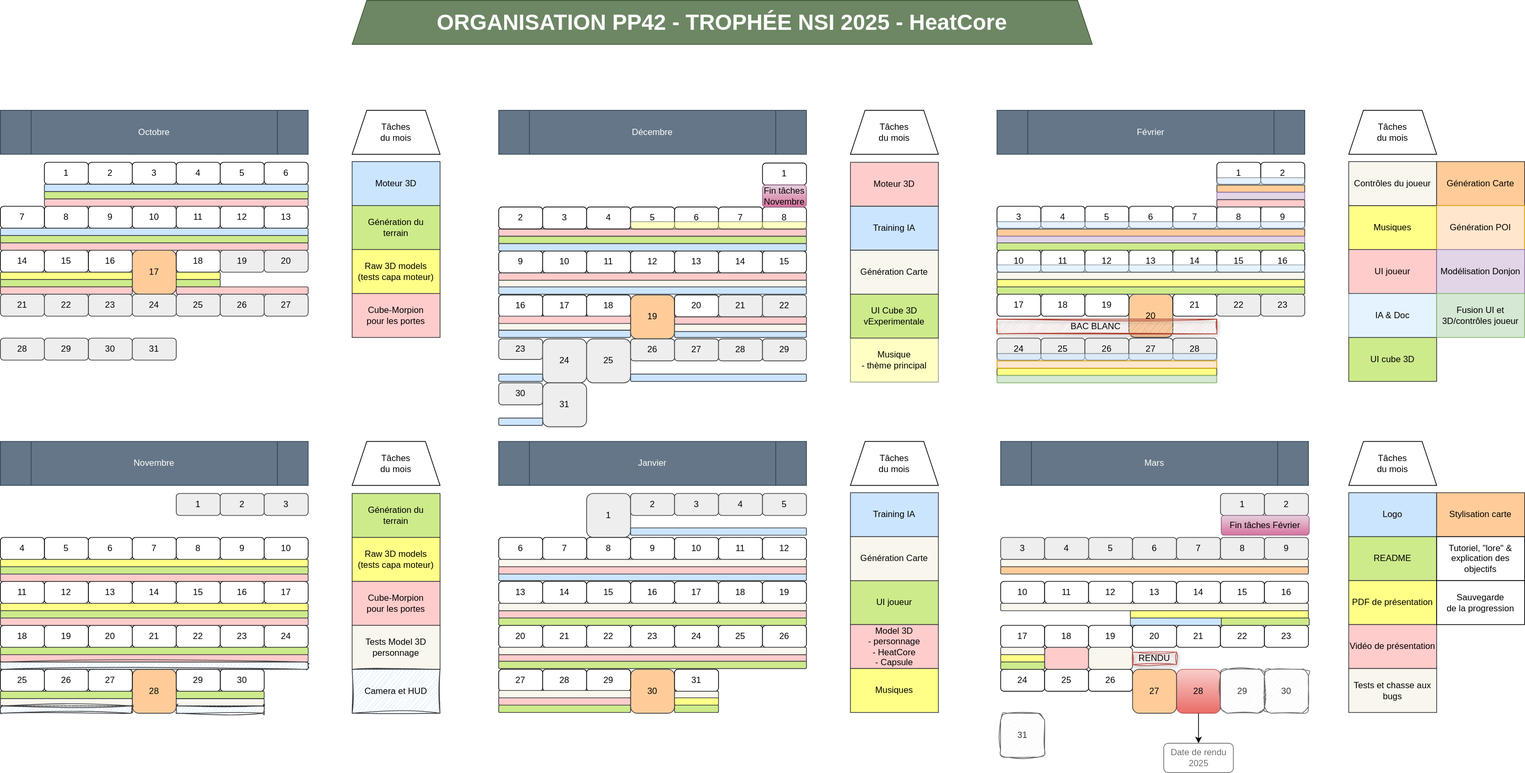
Earlier version of the draw.io export EDT_HeatCore.drawio.svg (Scrollwarden/heatcore-project). Source tidied: cells renumbered, new cells last; positions are measured from the earlier drawing's top-left corner, leaving out a move shared by most shapes.
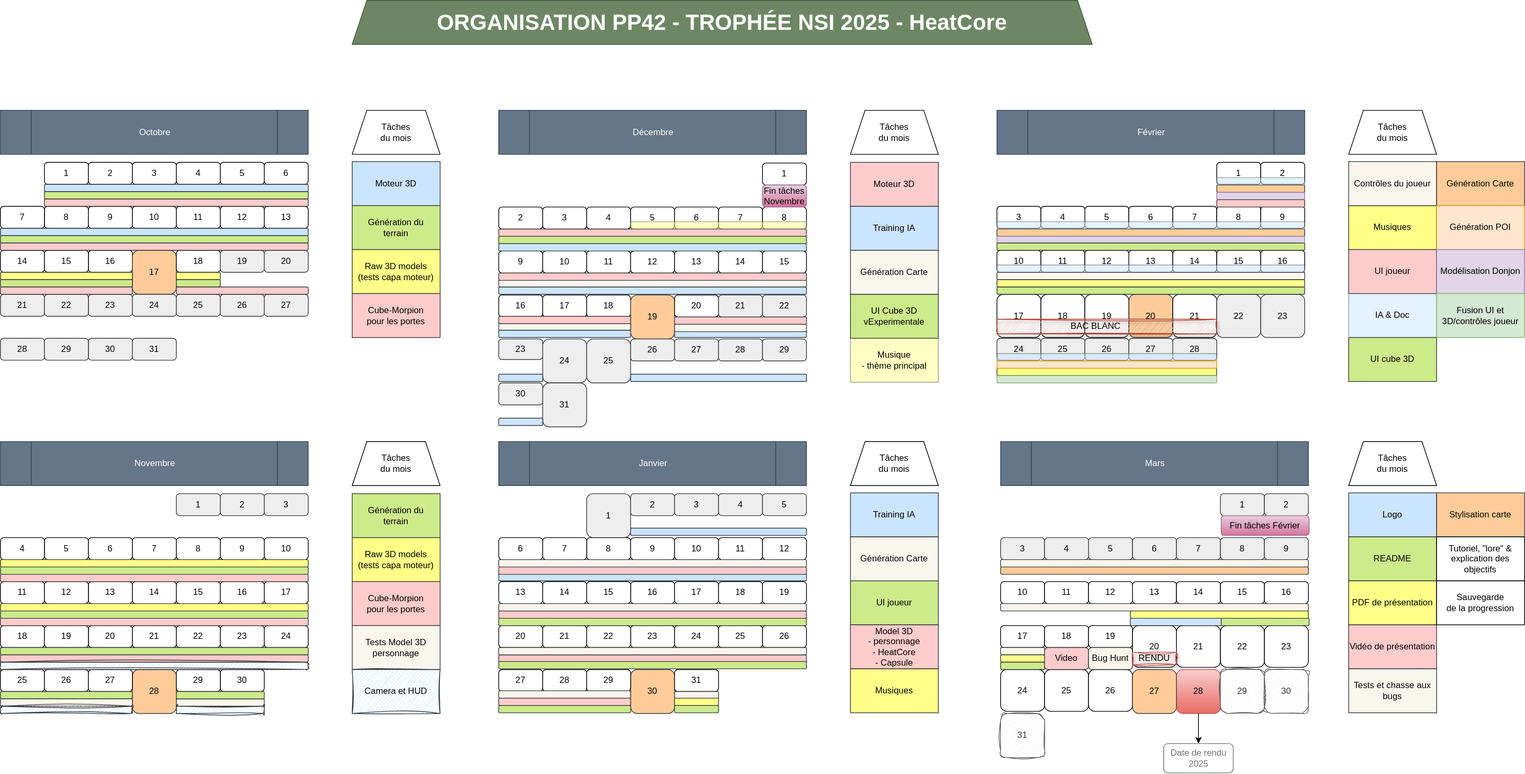
Later version of the same file.

Commit message:
Small tweaks to EDT

Change to the diagram source:
```diff
@@ -435,7 +435,7 @@
       <mxGeometry x="1720" y="341" width="60" height="30" as="geometry" />
     </mxCell>
     <mxCell id="146" value="17" style="rounded=1;whiteSpace=wrap;html=1;" parent="1" vertex="1">
-      <mxGeometry x="1360" y="401" width="60" height="30" as="geometry" />
+      <mxGeometry x="1360" y="401" width="60" height="59" as="geometry" />
     </mxCell>
     <mxCell id="147" value="11" style="rounded=1;whiteSpace=wrap;html=1;" parent="1" vertex="1">
       <mxGeometry x="1420" y="341" width="60" height="30" as="geometry" />
@@ -447,22 +447,22 @@
       <mxGeometry x="1540" y="401" width="60" height="59" as="geometry" />
     </mxCell>
     <mxCell id="150" value="21" style="rounded=1;whiteSpace=wrap;html=1;" parent="1" vertex="1">
-      <mxGeometry x="1600" y="401" width="60" height="30" as="geometry" />
+      <mxGeometry x="1600" y="401" width="60" height="59" as="geometry" />
     </mxCell>
     <mxCell id="151" value="22" style="rounded=1;whiteSpace=wrap;html=1;fillColor=#eeeeee;strokeColor=#36393d;" parent="1" vertex="1">
-      <mxGeometry x="1660" y="401" width="60" height="30" as="geometry" />
+      <mxGeometry x="1660" y="401" width="60" height="59" as="geometry" />
     </mxCell>
     <mxCell id="152" value="23" style="rounded=1;whiteSpace=wrap;html=1;fillColor=#eeeeee;strokeColor=#36393d;" parent="1" vertex="1">
-      <mxGeometry x="1720" y="401" width="60" height="30" as="geometry" />
+      <mxGeometry x="1720" y="401" width="60" height="59" as="geometry" />
     </mxCell>
     <mxCell id="153" value="24" style="rounded=1;whiteSpace=wrap;html=1;fillColor=#eeeeee;strokeColor=#36393d;" parent="1" vertex="1">
       <mxGeometry x="1360" y="461" width="60" height="30" as="geometry" />
     </mxCell>
     <mxCell id="154" value="18" style="rounded=1;whiteSpace=wrap;html=1;" parent="1" vertex="1">
-      <mxGeometry x="1420" y="401" width="60" height="30" as="geometry" />
+      <mxGeometry x="1420" y="401" width="60" height="59" as="geometry" />
     </mxCell>
     <mxCell id="155" value="19" style="rounded=1;whiteSpace=wrap;html=1;" parent="1" vertex="1">
-      <mxGeometry x="1480" y="401" width="60" height="30" as="geometry" />
+      <mxGeometry x="1480" y="401" width="60" height="59" as="geometry" />
     </mxCell>
     <mxCell id="156" value="25" style="rounded=1;whiteSpace=wrap;html=1;fillColor=#eeeeee;strokeColor=#36393d;" parent="1" vertex="1">
       <mxGeometry x="1420" y="461" width="60" height="30" as="geometry" />
@@ -531,16 +531,16 @@
       <mxGeometry x="1485" y="793" width="60" height="30" as="geometry" />
     </mxCell>
     <mxCell id="178" value="21" style="rounded=1;whiteSpace=wrap;html=1;" parent="1" vertex="1">
-      <mxGeometry x="1605" y="853" width="60" height="30" as="geometry" />
+      <mxGeometry x="1605" y="853" width="60" height="57" as="geometry" />
     </mxCell>
     <mxCell id="179" value="22" style="rounded=1;whiteSpace=wrap;html=1;" parent="1" vertex="1">
-      <mxGeometry x="1665" y="853" width="60" height="30" as="geometry" />
+      <mxGeometry x="1665" y="853" width="60" height="57" as="geometry" />
     </mxCell>
     <mxCell id="180" value="23" style="rounded=1;whiteSpace=wrap;html=1;" parent="1" vertex="1">
-      <mxGeometry x="1725" y="853" width="60" height="30" as="geometry" />
+      <mxGeometry x="1725" y="853" width="60" height="57" as="geometry" />
     </mxCell>
     <mxCell id="181" value="24" style="rounded=1;whiteSpace=wrap;html=1;" parent="1" vertex="1">
-      <mxGeometry x="1365" y="913" width="60" height="30" as="geometry" />
+      <mxGeometry x="1365" y="913" width="60" height="57" as="geometry" />
     </mxCell>
     <mxCell id="182" value="18" style="rounded=1;whiteSpace=wrap;html=1;" parent="1" vertex="1">
       <mxGeometry x="1425" y="853" width="60" height="30" as="geometry" />
@@ -549,10 +549,10 @@
       <mxGeometry x="1485" y="853" width="60" height="30" as="geometry" />
     </mxCell>
     <mxCell id="184" value="25" style="rounded=1;whiteSpace=wrap;html=1;" parent="1" vertex="1">
-      <mxGeometry x="1425" y="913" width="60" height="30" as="geometry" />
+      <mxGeometry x="1425" y="913" width="60" height="57" as="geometry" />
     </mxCell>
     <mxCell id="185" value="26" style="rounded=1;whiteSpace=wrap;html=1;" parent="1" vertex="1">
-      <mxGeometry x="1485" y="913" width="60" height="30" as="geometry" />
+      <mxGeometry x="1485" y="913" width="60" height="57" as="geometry" />
     </mxCell>
     <mxCell id="186" value="28" style="rounded=1;whiteSpace=wrap;html=1;fillColor=#f8cecc;gradientColor=#ea6b66;strokeColor=#b85450;" parent="1" vertex="1">
       <mxGeometry x="1605" y="913" width="60" height="60" as="geometry" />
@@ -755,7 +755,7 @@
     <mxCell id="252" value="Date de rendu 2025" style="whiteSpace=wrap;html=1;rounded=1;fontColor=#6D7073;strokeColor=#6D7073;" parent="1" vertex="1">
       <mxGeometry x="1587.5" y="1014" width="95" height="40" as="geometry" />
     </mxCell>
-    <mxCell id="253" style="rounded=1;whiteSpace=wrap;html=1;fillColor=#ffcccc;strokeColor=#36393d;" parent="1" vertex="1">
+    <mxCell id="253" value="Video" style="rounded=1;whiteSpace=wrap;html=1;fillColor=#ffcccc;strokeColor=#36393d;" parent="1" vertex="1">
       <mxGeometry x="1425" y="883" width="60" height="30" as="geometry" />
     </mxCell>
     <mxCell id="254" style="rounded=1;whiteSpace=wrap;html=1;fillColor=#f9f7ed;strokeColor=#36393d;" parent="1" vertex="1">
@@ -803,7 +803,7 @@
     <mxCell id="268" style="rounded=1;whiteSpace=wrap;html=1;fillColor=#cdeb8b;strokeColor=#36393d;" parent="1" vertex="1">
       <mxGeometry x="680" y="322" width="420" height="10" as="geometry" />
     </mxCell>
-    <mxCell id="269" style="rounded=1;whiteSpace=wrap;html=1;fillColor=#f9f7ed;strokeColor=#36393d;" parent="1" vertex="1">
+    <mxCell id="269" value="Bug Hunt" style="rounded=1;whiteSpace=wrap;html=1;fillColor=#f9f7ed;strokeColor=#36393d;" parent="1" vertex="1">
       <mxGeometry x="1485" y="883" width="60" height="30" as="geometry" />
     </mxCell>
     <mxCell id="270" style="rounded=1;whiteSpace=wrap;html=1;fillColor=#f9f7ed;strokeColor=#36393d;" parent="1" vertex="1">
@@ -929,12 +929,6 @@
     <mxCell id="310" value="BAC BLANC&amp;nbsp;&amp;nbsp;&amp;nbsp;&amp;nbsp;&amp;nbsp;&amp;nbsp;&amp;nbsp;&amp;nbsp;&amp;nbsp; " style="rounded=0;whiteSpace=wrap;html=1;fillColor=#fad9d5;strokeColor=#ae4132;shadow=1;sketch=1;curveFitting=1;jiggle=2;" parent="1" vertex="1">
       <mxGeometry x="1360" y="435" width="300" height="20" as="geometry" />
     </mxCell>
-    <mxCell id="311" value="RENDU" style="rounded=0;whiteSpace=wrap;html=1;fillColor=#f8cecc;strokeColor=#b85450;sketch=1;curveFitting=1;jiggle=2;shadow=1;" parent="1" vertex="1">
-      <mxGeometry x="1545" y="889.5" width="60" height="17" as="geometry" />
-    </mxCell>
-    <mxCell id="312" value="20" style="rounded=1;whiteSpace=wrap;html=1;" parent="1" vertex="1">
-      <mxGeometry x="1545" y="853" width="60" height="30" as="geometry" />
-    </mxCell>
     <mxCell id="313" style="rounded=1;whiteSpace=wrap;html=1;fillColor=#cce5ff;strokeColor=#36393d;opacity=50;" parent="1" vertex="1">
       <mxGeometry x="1660" y="242" width="120" height="10" as="geometry" />
     </mxCell>
@@ -971,5 +965,11 @@
     <mxCell id="324" value="Fin tâches Février" style="rounded=1;whiteSpace=wrap;html=1;fillColor=#e6d0de;strokeColor=#996185;gradientColor=#d5739d;" parent="1" vertex="1">
       <mxGeometry x="1666" y="703" width="120" height="27" as="geometry" />
     </mxCell>
+    <mxCell id="312" value="20" style="rounded=1;whiteSpace=wrap;html=1;" parent="1" vertex="1">
+      <mxGeometry x="1545" y="853" width="60" height="57" as="geometry" />
+    </mxCell>
+    <mxCell id="311" value="RENDU" style="rounded=0;whiteSpace=wrap;html=1;fillColor=#f8cecc;strokeColor=#b85450;sketch=1;curveFitting=1;jiggle=2;shadow=1;" parent="1" vertex="1">
+      <mxGeometry x="1545" y="889.5" width="60" height="17" as="geometry" />
+    </mxCell>
   </root>
 </mxGraphModel>
```
